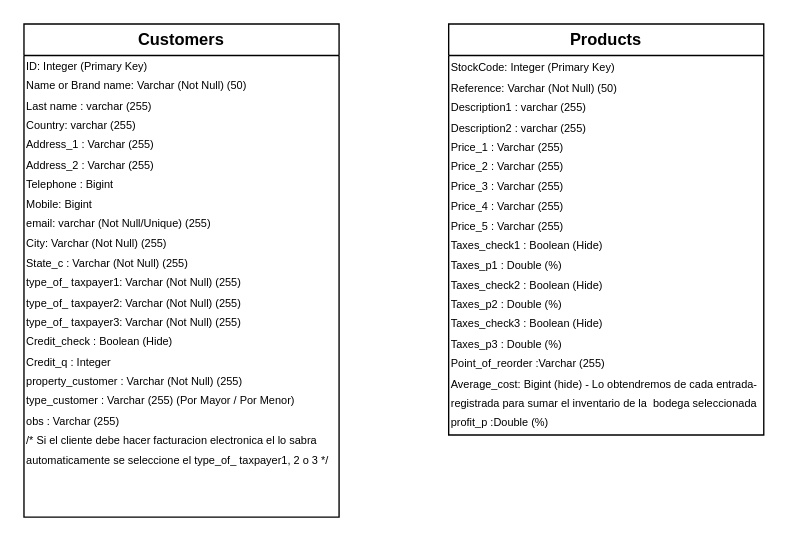
The draw.io diagram structure.drawio in jose827corrza/pos-electron-app, before the edit. Source tidied: cells renumbered, new cells numbered last; positions are measured from the earlier drawing's top-left corner, leaving out a move shared by most shapes. Both pictures are drawn from the tidied source at 137%, with x=0, y=0 at pixel (23, 23).
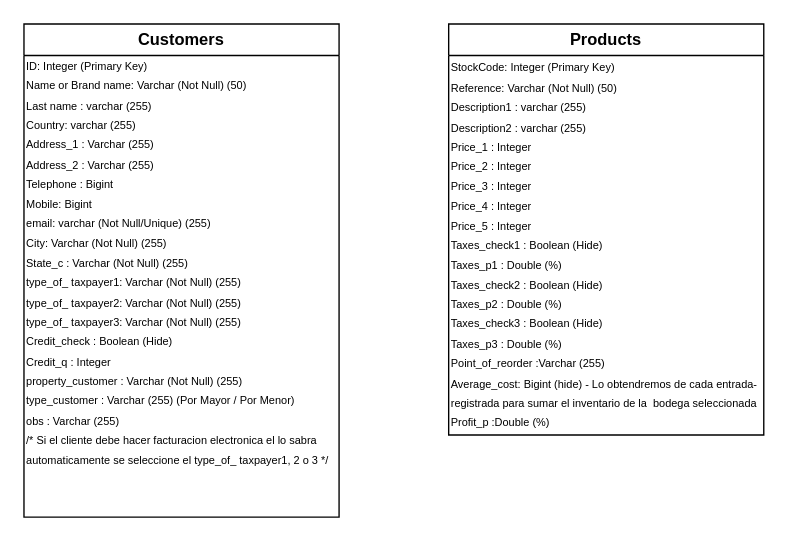
Above is the later version.

Diff of the diagram source:
```diff
@@
 <mxGraphModel>
   <root>
     <mxCell id="0" />
     <mxCell id="1" parent="0" />
     <mxCell id="2" value="Customers" style="swimlane;whiteSpace=wrap;html=1;" parent="1" vertex="1">
       <mxGeometry width="230" height="360" as="geometry" />
     </mxCell>
     <mxCell id="3" value="&lt;span style=&quot;background-color: initial;&quot;&gt;&lt;font style=&quot;font-size: 8px;&quot;&gt;ID: Integer (Primary Key)&lt;br&gt;Name or Brand name: Varchar (Not Null) (50)&lt;br&gt;Last name : varchar (255)&lt;br&gt;Country:&amp;nbsp;&lt;/font&gt;&lt;/span&gt;&lt;span style=&quot;font-size: 8px;&quot;&gt;varchar (255)&lt;/span&gt;&lt;span style=&quot;background-color: initial;&quot;&gt;&lt;font style=&quot;font-size: 8px;&quot;&gt;&lt;br&gt;Address_1 : Varchar (255)&lt;br&gt;&lt;/font&gt;&lt;/span&gt;&lt;span style=&quot;font-size: 8px;&quot;&gt;Address_2 : Varchar (255)&lt;br&gt;&lt;/span&gt;&lt;span style=&quot;background-color: initial;&quot;&gt;&lt;font style=&quot;font-size: 8px;&quot;&gt;Telephone : Bigint&lt;br&gt;&lt;/font&gt;&lt;/span&gt;&lt;span style=&quot;font-size: 8px;&quot;&gt;Mobile: Bigint&lt;/span&gt;&lt;span style=&quot;background-color: initial;&quot;&gt;&lt;font style=&quot;font-size: 8px;&quot;&gt;&lt;br&gt;email: varchar (Not Null/Unique) (255)&lt;br&gt;City: Varchar (Not Null) (255)&lt;br&gt;State_c :&amp;nbsp;&lt;/font&gt;&lt;/span&gt;&lt;span style=&quot;font-size: 8px;&quot;&gt;Varchar (Not Null) (255)&lt;br&gt;&lt;/span&gt;&lt;span style=&quot;background-color: initial;&quot;&gt;&lt;font style=&quot;&quot;&gt;&lt;span style=&quot;font-size: 8px;&quot;&gt;type_of_ taxpayer1: Varchar (Not Null) (255)&amp;nbsp;&lt;br&gt;&lt;/span&gt;&lt;/font&gt;&lt;/span&gt;&lt;span style=&quot;font-size: 8px;&quot;&gt;type_of_ taxpayer2: Varchar (Not Null) (255)&lt;br&gt;&lt;/span&gt;&lt;span style=&quot;font-size: 8px;&quot;&gt;type_of_ taxpayer3: Varchar (Not Null) (255)&lt;br&gt;&lt;/span&gt;&lt;span style=&quot;background-color: initial;&quot;&gt;&lt;font style=&quot;&quot;&gt;&lt;span style=&quot;font-size: 8px;&quot;&gt;Credit_check : Boolean (Hide)&lt;br&gt;Credit_q : Integer&lt;br&gt;property_customer :&amp;nbsp;&lt;/span&gt;&lt;/font&gt;&lt;/span&gt;&lt;span style=&quot;font-size: 8px;&quot;&gt;Varchar (Not Null) (255)&lt;/span&gt;&lt;span style=&quot;font-size: 8px;&quot;&gt;&lt;br&gt;&lt;/span&gt;&lt;span style=&quot;background-color: initial;&quot;&gt;&lt;font style=&quot;&quot;&gt;&lt;span style=&quot;font-size: 8px;&quot;&gt;type_customer :&amp;nbsp;&lt;/span&gt;&lt;/font&gt;&lt;/span&gt;&lt;span style=&quot;font-size: 8px;&quot;&gt;Varchar (255) (Por Mayor / Por Menor)&lt;br&gt;obs :&amp;nbsp;&lt;/span&gt;&lt;span style=&quot;font-size: 8px;&quot;&gt;Varchar (255)&lt;br&gt;&lt;/span&gt;&lt;span style=&quot;font-size: 8px;&quot;&gt;/* Si el cliente debe hacer facturacion electronica el lo sabra automaticamente se seleccione el&amp;nbsp;&lt;/span&gt;&lt;span style=&quot;font-size: 8px;&quot;&gt;type_of_ taxpayer1, 2 o 3 */&lt;/span&gt;&lt;span style=&quot;font-size: 8px;&quot;&gt;&lt;br&gt;&lt;/span&gt;&lt;span style=&quot;background-color: initial;&quot;&gt;&lt;font style=&quot;&quot;&gt;&lt;span style=&quot;font-size: 8px;&quot;&gt;&lt;br&gt;&lt;/span&gt;&lt;br&gt;&lt;br&gt;&lt;/font&gt;&lt;/span&gt;" style="text;strokeColor=none;align=left;fillColor=none;html=1;verticalAlign=middle;whiteSpace=wrap;rounded=0;" parent="2" vertex="1">
       <mxGeometry y="30" width="230" height="330" as="geometry" />
     </mxCell>
     <mxCell id="4" value="Products" style="swimlane;whiteSpace=wrap;html=1;" parent="1" vertex="1">
       <mxGeometry x="310" width="230" height="300" as="geometry" />
     </mxCell>
-    <mxCell id="5" value="&lt;span style=&quot;background-color: initial;&quot;&gt;&lt;font style=&quot;font-size: 8px;&quot;&gt;StockCode: Integer (Primary Key)&lt;br&gt;Reference: Varchar (Not Null) (50)&lt;br&gt;Description1 : varchar (255)&lt;br&gt;&lt;/font&gt;&lt;/span&gt;&lt;span style=&quot;font-size: 8px;&quot;&gt;Description2 : varchar (255)&lt;/span&gt;&lt;span style=&quot;background-color: initial;&quot;&gt;&lt;font style=&quot;font-size: 8px;&quot;&gt;&lt;br&gt;Price_1 : Varchar (255)&lt;br&gt;&lt;/font&gt;&lt;/span&gt;&lt;span style=&quot;font-size: 8px;&quot;&gt;Price_2 : Varchar (255)&lt;br&gt;&lt;/span&gt;&lt;span style=&quot;font-size: 8px;&quot;&gt;Price_3 : Varchar (255)&lt;br&gt;&lt;/span&gt;&lt;span style=&quot;font-size: 8px;&quot;&gt;Price_4 : Varchar (255)&lt;br&gt;&lt;/span&gt;&lt;span style=&quot;font-size: 8px;&quot;&gt;Price_5 : Varchar (255)&lt;/span&gt;&lt;span style=&quot;font-size: 8px;&quot;&gt;&lt;br&gt;&lt;/span&gt;&lt;span style=&quot;font-size: 8px;&quot;&gt;Taxes_check1 : Boolean (Hide)&lt;/span&gt;&lt;span style=&quot;font-size: 8px;&quot;&gt;&lt;br&gt;Taxes_p1 : Double (%)&lt;br&gt;&lt;/span&gt;&lt;span style=&quot;font-size: 8px;&quot;&gt;Taxes_check2 : Boolean (Hide)&lt;/span&gt;&lt;span style=&quot;font-size: 8px;&quot;&gt;&lt;br&gt;Taxes_p2 : Double&lt;/span&gt;&lt;span style=&quot;font-size: 8px;&quot;&gt;&amp;nbsp;&lt;/span&gt;&lt;span style=&quot;font-size: 8px;&quot;&gt;(%)&lt;/span&gt;&lt;span style=&quot;font-size: 8px;&quot;&gt;&lt;br&gt;&lt;/span&gt;&lt;span style=&quot;font-size: 8px;&quot;&gt;Taxes_check3 : Boolean (Hide)&lt;/span&gt;&lt;span style=&quot;font-size: 8px;&quot;&gt;&lt;br&gt;Taxes_p3 : Double&lt;/span&gt;&lt;span style=&quot;font-size: 8px;&quot;&gt;&amp;nbsp;&lt;/span&gt;&lt;span style=&quot;font-size: 8px;&quot;&gt;(%)&lt;/span&gt;&lt;span style=&quot;font-size: 8px;&quot;&gt;&lt;br&gt;&lt;/span&gt;&lt;span style=&quot;font-size: 8px;&quot;&gt;Point_of_reorder :&lt;/span&gt;&lt;span style=&quot;font-size: 8px;&quot;&gt;Varchar (255)&lt;br&gt;&lt;/span&gt;&lt;span style=&quot;font-size: 8px;&quot;&gt;Average_cost: Bigint (hide) - Lo obtendremos de cada entrada-&lt;br&gt;registrada para sumar el inventario de la&amp;nbsp; bodega seleccionada&lt;br&gt;profit_p :&lt;/span&gt;&lt;span style=&quot;font-size: 8px;&quot;&gt;Double&lt;/span&gt;&lt;span style=&quot;font-size: 8px;&quot;&gt;&amp;nbsp;&lt;/span&gt;&lt;span style=&quot;font-size: 8px;&quot;&gt;(%)&lt;br&gt;&lt;/span&gt;&lt;span style=&quot;font-size: 8px;&quot;&gt;&lt;br&gt;&lt;/span&gt;&lt;span style=&quot;background-color: initial;&quot;&gt;&lt;font style=&quot;font-size: 8px;&quot;&gt;&lt;br&gt;&lt;/font&gt;&lt;/span&gt;" style="text;strokeColor=none;align=left;fillColor=none;html=1;verticalAlign=middle;whiteSpace=wrap;rounded=0;" parent="4" vertex="1">
+    <mxCell id="5" value="&lt;span style=&quot;background-color: initial;&quot;&gt;&lt;font style=&quot;font-size: 8px;&quot;&gt;StockCode: Integer (Primary Key)&lt;br&gt;Reference: Varchar (Not Null) (50)&lt;br&gt;Description1 : varchar (255)&lt;br&gt;&lt;/font&gt;&lt;/span&gt;&lt;span style=&quot;font-size: 8px;&quot;&gt;Description2 : varchar (255)&lt;/span&gt;&lt;span style=&quot;background-color: initial;&quot;&gt;&lt;font style=&quot;font-size: 8px;&quot;&gt;&lt;br&gt;Price_1 : Integer&lt;br&gt;&lt;/font&gt;&lt;/span&gt;&lt;span style=&quot;font-size: 8px;&quot;&gt;Price_2 :&amp;nbsp;&lt;/span&gt;&lt;span style=&quot;font-size: 8px;&quot;&gt;Integer&lt;/span&gt;&lt;span style=&quot;font-size: 8px;&quot;&gt;&lt;br&gt;&lt;/span&gt;&lt;span style=&quot;font-size: 8px;&quot;&gt;Price_3 :&amp;nbsp;&lt;/span&gt;&lt;span style=&quot;font-size: 8px;&quot;&gt;Integer&lt;/span&gt;&lt;span style=&quot;font-size: 8px;&quot;&gt;&lt;br&gt;&lt;/span&gt;&lt;span style=&quot;font-size: 8px;&quot;&gt;Price_4 :&amp;nbsp;&lt;/span&gt;&lt;span style=&quot;font-size: 8px;&quot;&gt;Integer&lt;/span&gt;&lt;span style=&quot;font-size: 8px;&quot;&gt;&lt;br&gt;&lt;/span&gt;&lt;span style=&quot;font-size: 8px;&quot;&gt;Price_5 :&amp;nbsp;&lt;/span&gt;&lt;span style=&quot;font-size: 8px;&quot;&gt;Integer&lt;/span&gt;&lt;span style=&quot;font-size: 8px;&quot;&gt;&lt;br&gt;&lt;/span&gt;&lt;span style=&quot;font-size: 8px;&quot;&gt;Taxes_check1 : Boolean (Hide)&lt;/span&gt;&lt;span style=&quot;font-size: 8px;&quot;&gt;&lt;br&gt;Taxes_p1 : Double (%)&lt;br&gt;&lt;/span&gt;&lt;span style=&quot;font-size: 8px;&quot;&gt;Taxes_check2 : Boolean (Hide)&lt;/span&gt;&lt;span style=&quot;font-size: 8px;&quot;&gt;&lt;br&gt;Taxes_p2 : Double&lt;/span&gt;&lt;span style=&quot;font-size: 8px;&quot;&gt;&amp;nbsp;&lt;/span&gt;&lt;span style=&quot;font-size: 8px;&quot;&gt;(%)&lt;/span&gt;&lt;span style=&quot;font-size: 8px;&quot;&gt;&lt;br&gt;&lt;/span&gt;&lt;span style=&quot;font-size: 8px;&quot;&gt;Taxes_check3 : Boolean (Hide)&lt;/span&gt;&lt;span style=&quot;font-size: 8px;&quot;&gt;&lt;br&gt;Taxes_p3 : Double&lt;/span&gt;&lt;span style=&quot;font-size: 8px;&quot;&gt;&amp;nbsp;&lt;/span&gt;&lt;span style=&quot;font-size: 8px;&quot;&gt;(%)&lt;/span&gt;&lt;span style=&quot;font-size: 8px;&quot;&gt;&lt;br&gt;&lt;/span&gt;&lt;span style=&quot;font-size: 8px;&quot;&gt;Point_of_reorder :&lt;/span&gt;&lt;span style=&quot;font-size: 8px;&quot;&gt;Varchar (255)&lt;br&gt;&lt;/span&gt;&lt;span style=&quot;font-size: 8px;&quot;&gt;Average_cost: Bigint (hide) - Lo obtendremos de cada entrada-&lt;br&gt;registrada para sumar el inventario de la&amp;nbsp; bodega seleccionada&lt;br&gt;Profit_p :&lt;/span&gt;&lt;span style=&quot;font-size: 8px;&quot;&gt;Double&lt;/span&gt;&lt;span style=&quot;font-size: 8px;&quot;&gt;&amp;nbsp;&lt;/span&gt;&lt;span style=&quot;font-size: 8px;&quot;&gt;(%)&lt;br&gt;&lt;/span&gt;&lt;span style=&quot;font-size: 8px;&quot;&gt;&lt;br&gt;&lt;/span&gt;&lt;span style=&quot;background-color: initial;&quot;&gt;&lt;font style=&quot;font-size: 8px;&quot;&gt;&lt;br&gt;&lt;/font&gt;&lt;/span&gt;" style="text;strokeColor=none;align=left;fillColor=none;html=1;verticalAlign=middle;whiteSpace=wrap;rounded=0;" parent="4" vertex="1">
       <mxGeometry y="30" width="230" height="290" as="geometry" />
     </mxCell>
   </root>
 </mxGraphModel>
```
